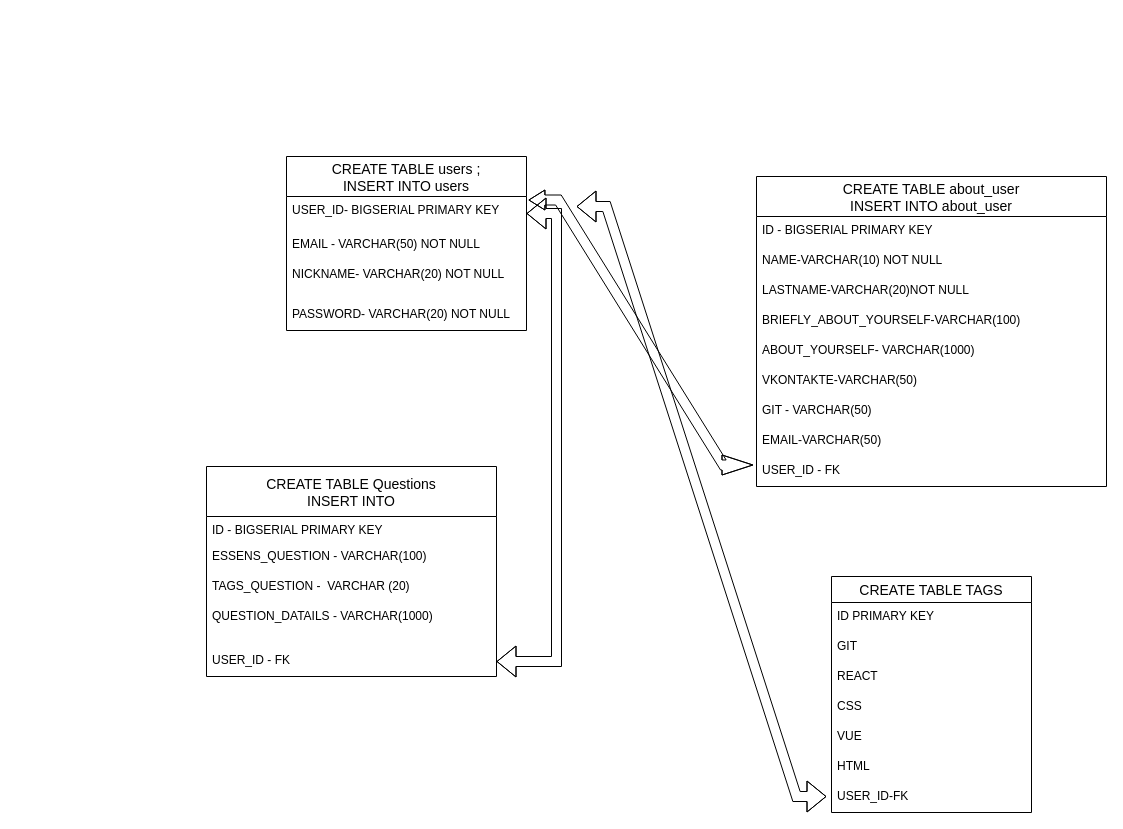
Above: Таблица сущностей.drawio in AleksandrSmirnov92/BlogCopyHabr (draw.io), before the change. Source tidied: cells renumbered, new cells numbered last; positions are measured from the earlier drawing's top-left corner, leaving out a move shared by most shapes. Both pictures are drawn from the tidied source at 100%, with x=0, y=0 at pixel (206, 156).
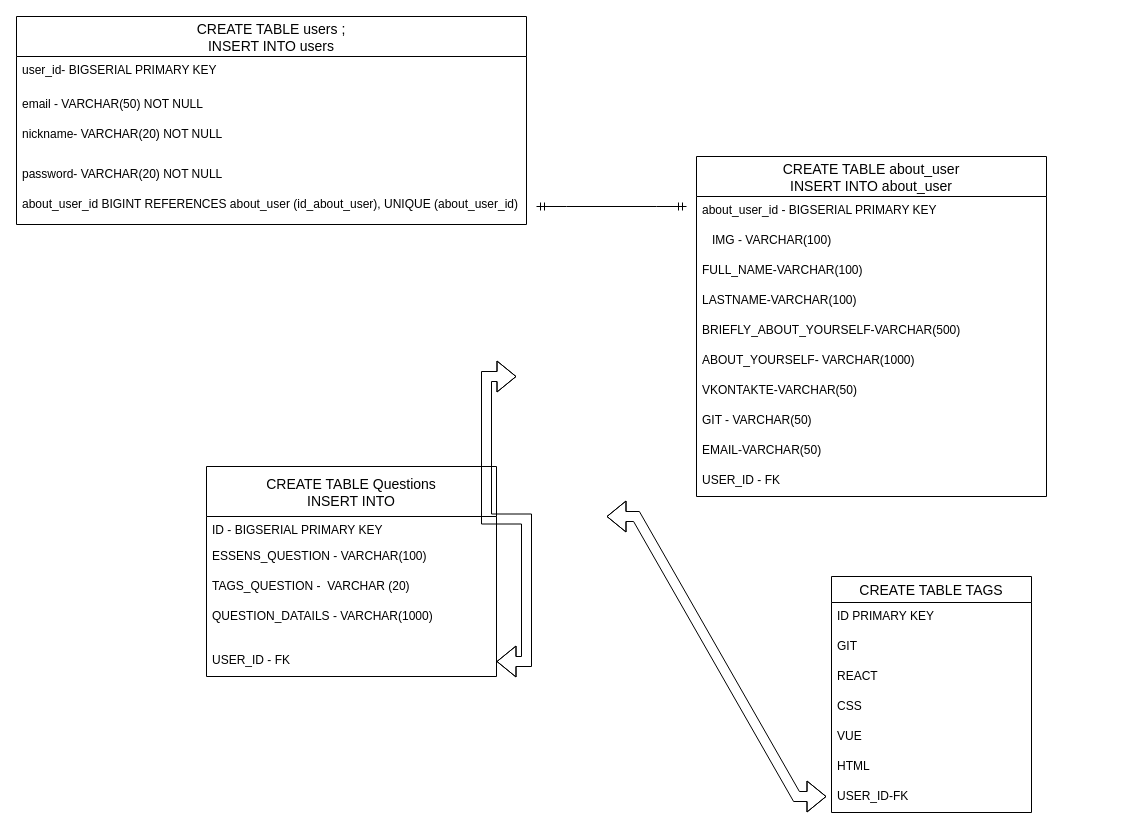
Above is the later version.

The change refers to these unchanged cells:
```xml
<mxCell id="30" value="USER_ID - FK" style="text;strokeColor=none;fillColor=none;spacingLeft=4;spacingRight=4;overflow=hidden;points=[[0,0.5],[1,0.5]];portConstraint=eastwest;fontSize=12;" parent="25" vertex="1">
  <mxGeometry y="180" width="290" height="30" as="geometry" />
</mxCell>
```

Change to the diagram source:
```diff
@@
     <mxCell id="2" value="CREATE TABLE users ;&#10;INSERT INTO users" style="swimlane;fontStyle=0;horizontal=1;startSize=40;align=center;fontSize=14;" parent="1" vertex="1">
-      <mxGeometry x="80" width="240" height="174" as="geometry" />
+      <mxGeometry x="-190" y="-140" width="510" height="208" as="geometry" />
     </mxCell>
-    <mxCell id="3" value="USER_ID- BIGSERIAL PRIMARY KEY" style="text;strokeColor=none;fillColor=none;spacingLeft=4;spacingRight=4;overflow=hidden;points=[[0,0.5],[1,0.5]];portConstraint=eastwest;fontSize=12;" parent="2" vertex="1">
-      <mxGeometry y="40" width="240" height="34" as="geometry" />
+    <mxCell id="3" value="user_id- BIGSERIAL PRIMARY KEY" style="text;strokeColor=none;fillColor=none;spacingLeft=4;spacingRight=4;overflow=hidden;points=[[0,0.5],[1,0.5]];portConstraint=eastwest;fontSize=12;" parent="2" vertex="1">
+      <mxGeometry y="40" width="510" height="34" as="geometry" />
     </mxCell>
-    <mxCell id="4" value="EMAIL - VARCHAR(50) NOT NULL" style="text;strokeColor=none;fillColor=none;spacingLeft=4;spacingRight=4;overflow=hidden;fontSize=12;" parent="2" vertex="1">
-      <mxGeometry y="74" width="240" height="30" as="geometry" />
+    <mxCell id="4" value="email - VARCHAR(50) NOT NULL&#10;" style="text;strokeColor=none;fillColor=none;spacingLeft=4;spacingRight=4;overflow=hidden;fontSize=12;" parent="2" vertex="1">
+      <mxGeometry y="74" width="510" height="30" as="geometry" />
     </mxCell>
-    <mxCell id="5" value="NICKNAME- VARCHAR(20) NOT NULL" style="text;strokeColor=none;fillColor=none;spacingLeft=4;spacingRight=4;overflow=hidden;fontSize=12;" parent="2" vertex="1">
-      <mxGeometry y="104" width="240" height="40" as="geometry" />
+    <mxCell id="5" value="nickname- VARCHAR(20) NOT NULL" style="text;strokeColor=none;fillColor=none;spacingLeft=4;spacingRight=4;overflow=hidden;fontSize=12;" parent="2" vertex="1">
+      <mxGeometry y="104" width="510" height="40" as="geometry" />
     </mxCell>
-    <mxCell id="6" value="PASSWORD- VARCHAR(20) NOT NULL" style="text;strokeColor=none;fillColor=none;spacingLeft=4;spacingRight=4;overflow=hidden;fontSize=12;" parent="2" vertex="1">
-      <mxGeometry y="144" width="240" height="30" as="geometry" />
+    <mxCell id="6" value="password- VARCHAR(20) NOT NULL" style="text;strokeColor=none;fillColor=none;spacingLeft=4;spacingRight=4;overflow=hidden;fontSize=12;" parent="2" vertex="1">
+      <mxGeometry y="144" width="510" height="30" as="geometry" />
     </mxCell>
+    <mxCell id="34" value="about_user_id BIGINT REFERENCES about_user (id_about_user), UNIQUE (about_user_id)" style="text;strokeColor=none;fillColor=none;spacingLeft=4;spacingRight=4;overflow=hidden;fontSize=12;" parent="2" vertex="1">
+      <mxGeometry y="174" width="510" height="34" as="geometry" />
+    </mxCell>
     <mxCell id="7" value="CREATE TABLE about_user&#10;INSERT INTO about_user" style="swimlane;fontStyle=0;horizontal=1;startSize=40;align=center;fontSize=14;" parent="1" vertex="1">
-      <mxGeometry x="550" y="20" width="350" height="310" as="geometry" />
+      <mxGeometry x="490" width="350" height="340" as="geometry" />
     </mxCell>
-    <mxCell id="8" value="ID - BIGSERIAL PRIMARY KEY" style="text;strokeColor=none;fillColor=none;spacingLeft=4;spacingRight=4;overflow=hidden;fontSize=12;" parent="7" vertex="1">
+    <mxCell id="8" value="about_user_id - BIGSERIAL PRIMARY KEY" style="text;strokeColor=none;fillColor=none;spacingLeft=4;spacingRight=4;overflow=hidden;fontSize=12;" parent="7" vertex="1">
       <mxGeometry y="40" width="350" height="30" as="geometry" />
     </mxCell>
+    <mxCell id="35" value="   IMG - VARCHAR(100) " style="text;strokeColor=none;fillColor=none;spacingLeft=4;spacingRight=4;overflow=hidden;fontSize=12;" parent="7" vertex="1">
+      <mxGeometry y="70" width="350" height="30" as="geometry" />
+    </mxCell>
-    <mxCell id="9" value="NAME-VARCHAR(10) NOT NULL" style="text;strokeColor=none;fillColor=none;spacingLeft=4;spacingRight=4;overflow=hidden;fontSize=12;" parent="7" vertex="1">
-      <mxGeometry y="70" width="350" height="30" as="geometry" />
+    <mxCell id="9" value="FULL_NAME-VARCHAR(100) " style="text;strokeColor=none;fillColor=none;spacingLeft=4;spacingRight=4;overflow=hidden;fontSize=12;" parent="7" vertex="1">
+      <mxGeometry y="100" width="350" height="30" as="geometry" />
     </mxCell>
-    <mxCell id="10" value="LASTNAME-VARCHAR(20)NOT NULL" style="text;strokeColor=none;fillColor=none;spacingLeft=4;spacingRight=4;overflow=hidden;fontSize=12;" parent="7" vertex="1">
-      <mxGeometry y="100" width="350" height="30" as="geometry" />
+    <mxCell id="10" value="LASTNAME-VARCHAR(100)" style="text;strokeColor=none;fillColor=none;spacingLeft=4;spacingRight=4;overflow=hidden;fontSize=12;" parent="7" vertex="1">
+      <mxGeometry y="130" width="350" height="30" as="geometry" />
     </mxCell>
-    <mxCell id="11" value="BRIEFLY_ABOUT_YOURSELF-VARCHAR(100) " style="text;strokeColor=none;fillColor=none;spacingLeft=4;spacingRight=4;overflow=hidden;fontSize=12;" parent="7" vertex="1">
-      <mxGeometry y="130" width="350" height="30" as="geometry" />
+    <mxCell id="11" value="BRIEFLY_ABOUT_YOURSELF-VARCHAR(500) " style="text;strokeColor=none;fillColor=none;spacingLeft=4;spacingRight=4;overflow=hidden;fontSize=12;" parent="7" vertex="1">
+      <mxGeometry y="160" width="350" height="30" as="geometry" />
     </mxCell>
     <mxCell id="12" value="ABOUT_YOURSELF- VARCHAR(1000) " style="text;strokeColor=none;fillColor=none;spacingLeft=4;spacingRight=4;overflow=hidden;fontSize=12;" parent="7" vertex="1">
-      <mxGeometry y="160" width="350" height="30" as="geometry" />
+      <mxGeometry y="190" width="350" height="30" as="geometry" />
     </mxCell>
     <mxCell id="13" value="VKONTAKTE-VARCHAR(50)" style="text;strokeColor=none;fillColor=none;spacingLeft=4;spacingRight=4;overflow=hidden;fontSize=12;" parent="7" vertex="1">
-      <mxGeometry y="190" width="350" height="30" as="geometry" />
+      <mxGeometry y="220" width="350" height="30" as="geometry" />
     </mxCell>
     <mxCell id="14" value="GIT - VARCHAR(50)" style="text;strokeColor=none;fillColor=none;spacingLeft=4;spacingRight=4;overflow=hidden;fontSize=12;" parent="7" vertex="1">
-      <mxGeometry y="220" width="350" height="30" as="geometry" />
+      <mxGeometry y="250" width="350" height="30" as="geometry" />
     </mxCell>
     <mxCell id="15" value="EMAIL-VARCHAR(50)" style="text;strokeColor=none;fillColor=none;spacingLeft=4;spacingRight=4;overflow=hidden;fontSize=12;" parent="7" vertex="1">
-      <mxGeometry y="250" width="350" height="30" as="geometry" />
+      <mxGeometry y="280" width="350" height="30" as="geometry" />
     </mxCell>
     <mxCell id="16" value="USER_ID - FK" style="text;strokeColor=none;fillColor=none;spacingLeft=4;spacingRight=4;overflow=hidden;points=[[0,0.5],[1,0.5]];portConstraint=eastwest;fontSize=12;" parent="7" vertex="1">
-      <mxGeometry y="280" width="350" height="30" as="geometry" />
+      <mxGeometry y="310" width="350" height="30" as="geometry" />
     </mxCell>
@@
-    <mxCell id="31" style="edgeStyle=entityRelationEdgeStyle;fontSize=12;html=1;endArrow=ERzeroToMany;endFill=1;startArrow=ERzeroToMany;rounded=0;shape=flexArrow;startWidth=9;startSize=5;exitX=1.008;exitY=0.103;exitDx=0;exitDy=0;exitPerimeter=0;entryX=-0.009;entryY=0.283;entryDx=0;entryDy=0;entryPerimeter=0;endWidth=9;endSize=9.95;" parent="1" edge="1" source="3" target="16">
-      <mxGeometry relative="1" as="geometry" />
-    </mxCell>
-    <mxCell id="32" style="edgeStyle=entityRelationEdgeStyle;fontSize=12;html=1;endArrow=ERmany;startArrow=ERmany;rounded=0;shape=flexArrow;exitX=1;exitY=0.5;exitDx=0;exitDy=0;" parent="1" edge="1" source="30" target="3">
-      <mxGeometry relative="1" as="geometry" />
+    <mxCell id="32" style="edgeStyle=entityRelationEdgeStyle;fontSize=12;html=1;endArrow=ERmany;startArrow=ERmany;rounded=0;shape=flexArrow;exitX=1;exitY=0.5;exitDx=0;exitDy=0;" parent="1" edge="1" source="30">
+      <mxGeometry relative="1" as="geometry">
+        <mxPoint x="310" y="220" as="targetPoint" />
+      </mxGeometry>
     </mxCell>
     <mxCell id="33" style="edgeStyle=entityRelationEdgeStyle;fontSize=12;html=1;endArrow=ERmany;startArrow=ERmany;rounded=0;shape=flexArrow;" parent="1" edge="1">
       <mxGeometry relative="1" as="geometry">
-        <mxPoint x="370" y="50" as="sourcePoint" />
+        <mxPoint x="400" y="360" as="sourcePoint" />
         <mxPoint x="620" y="640" as="targetPoint" />
       </mxGeometry>
     </mxCell>
+    <mxCell id="36" style="edgeStyle=entityRelationEdgeStyle;fontSize=12;html=1;endArrow=ERmandOne;startArrow=ERmandOne;rounded=0;" parent="1" edge="1">
+      <mxGeometry relative="1" as="geometry">
+        <mxPoint x="330" y="50" as="sourcePoint" />
+        <mxPoint x="480" y="50" as="targetPoint" />
+      </mxGeometry>
+    </mxCell>
```
